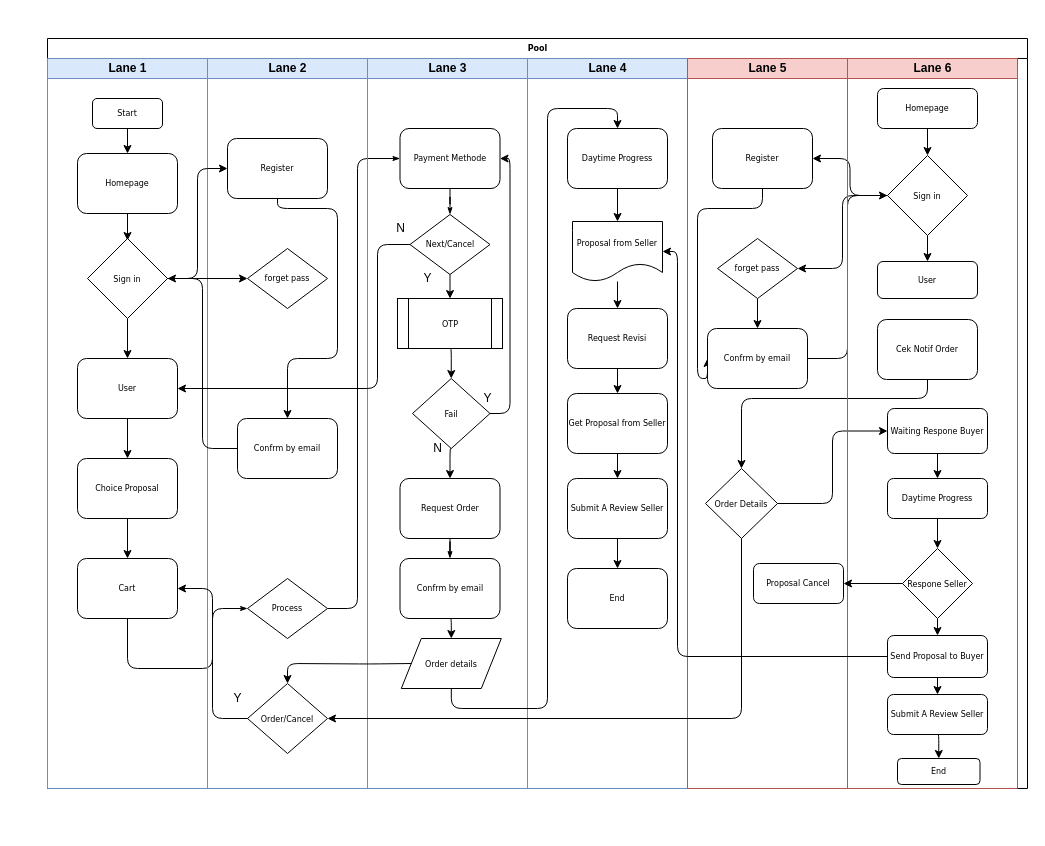
This is page "Flow Buyer" (2 of 2) of Diagram Tanpa Judul.drawio from ahmadfaqih-dev/Flowchart, a draw.io file, before an edit. Source tidied: cells renumbered, new cells numbered last; positions are measured from the earlier drawing's top-left corner, leaving out a move shared by most shapes. Both pictures are drawn from the tidied source at 100%, with x=0, y=0 at pixel (47, 38).
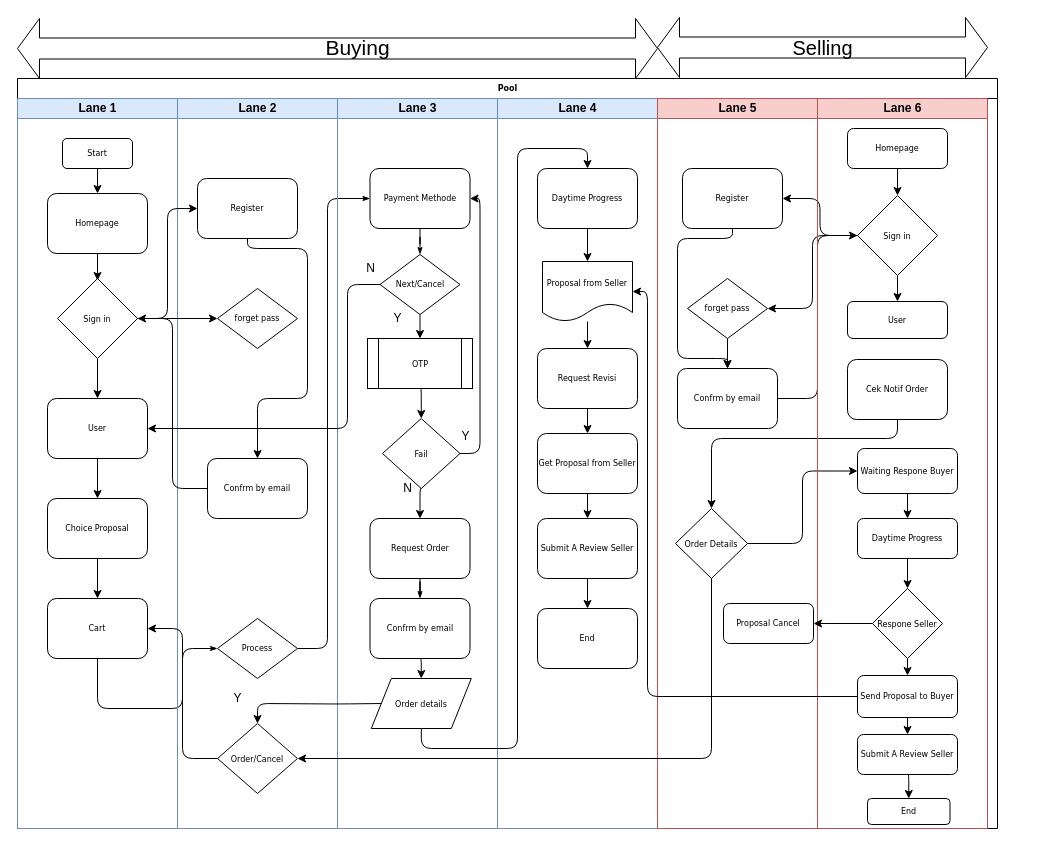
The same diagram, later.

Unchanged cells that the change refers to:
```xml
<mxCell id="24" value="Lane 3" style="swimlane;html=1;startSize=20;fillColor=#dae8fc;strokeColor=#6c8ebf;" parent="2" vertex="1">
  <mxGeometry x="320" y="20" width="160" height="730" as="geometry" />
</mxCell>
<mxCell id="61" value="Lane 5" style="swimlane;html=1;startSize=20;fillColor=#f8cecc;strokeColor=#b85450;" parent="2" vertex="1">
  <mxGeometry x="640" y="20" width="160" height="730" as="geometry" />
</mxCell>
<mxCell id="65" value="Register" style="rounded=1;whiteSpace=wrap;html=1;shadow=0;labelBackgroundColor=none;strokeWidth=1;fontFamily=Verdana;fontSize=8;align=center;" parent="61" vertex="1">
  <mxGeometry x="25" y="70" width="100" height="60" as="geometry" />
</mxCell>
<mxCell id="66" value="Confrm by email" style="rounded=1;whiteSpace=wrap;html=1;shadow=0;labelBackgroundColor=none;strokeWidth=1;fontFamily=Verdana;fontSize=8;align=center;" parent="61" vertex="1">
  <mxGeometry x="20" y="270" width="100" height="60" as="geometry" />
</mxCell>
```

What changed in the source:
```diff
@@
     <mxCell id="2" value="Pool" style="swimlane;html=1;startSize=20;rounded=0;shadow=0;labelBackgroundColor=none;strokeWidth=1;fontFamily=Verdana;fontSize=8;align=center;" parent="1" vertex="1">
-      <mxGeometry width="980" height="750" as="geometry" />
+      <mxGeometry x="-30" y="40" width="980" height="750" as="geometry" />
     </mxCell>
@@
+    <mxCell id="96" value="Y" style="text;html=1;align=center;verticalAlign=middle;" parent="24" vertex="1">
+      <mxGeometry x="117.5" y="328" width="20" height="20" as="geometry" />
+    </mxCell>
@@
-    <mxCell id="64" style="edgeStyle=orthogonalEdgeStyle;rounded=1;jettySize=auto;html=1;exitX=0.5;exitY=1;exitDx=0;exitDy=0;entryX=0;entryY=0.5;entryDx=0;entryDy=0;" parent="61" edge="1" source="65" target="66">
+    <mxCell id="64" style="edgeStyle=orthogonalEdgeStyle;rounded=1;jettySize=auto;html=1;exitX=0.5;exitY=1;exitDx=0;exitDy=0;entryX=0.5;entryY=0;entryDx=0;entryDy=0;" parent="61" edge="1" source="65" target="66">
       <mxGeometry relative="1" as="geometry">
         <Array as="points">
-          <mxPoint x="75" y="150" />
-          <mxPoint x="10" y="150" />
-          <mxPoint x="10" y="320" />
-          <mxPoint x="20" y="320" />
+          <mxPoint x="75" y="140" />
+          <mxPoint x="20" y="140" />
+          <mxPoint x="20" y="260" />
+          <mxPoint x="70" y="260" />
         </Array>
       </mxGeometry>
     </mxCell>
@@
-    <mxCell id="96" value="Y" style="text;html=1;align=center;verticalAlign=middle;" parent="1" vertex="1">
-      <mxGeometry x="430" y="350" width="20" height="20" as="geometry" />
-    </mxCell>
@@
+    <mxCell id="98" style="html=1;shadow=0;dashed=0;align=center;verticalAlign=middle;shape=mxgraph.arrows2.twoWayArrow;dy=0.65;dx=22;" parent="1" vertex="1">
+      <mxGeometry x="-30" y="-20" width="640" height="60" as="geometry" />
+    </mxCell>
+    <mxCell id="99" value="&lt;font style=&quot;font-size: 21px&quot;&gt;Buying&lt;/font&gt;" style="text;html=1;align=center;verticalAlign=middle;" parent="1" vertex="1">
+      <mxGeometry x="270" y="-1" width="80" height="20" as="geometry" />
+    </mxCell>
+    <mxCell id="100" value="&lt;font style=&quot;font-size: 20px&quot;&gt;Selling&lt;/font&gt;" style="html=1;shadow=0;dashed=0;align=center;verticalAlign=middle;shape=mxgraph.arrows2.twoWayArrow;dy=0.65;dx=22;" parent="1" vertex="1">
+      <mxGeometry x="610" y="-21" width="330" height="60" as="geometry" />
+    </mxCell>
```
